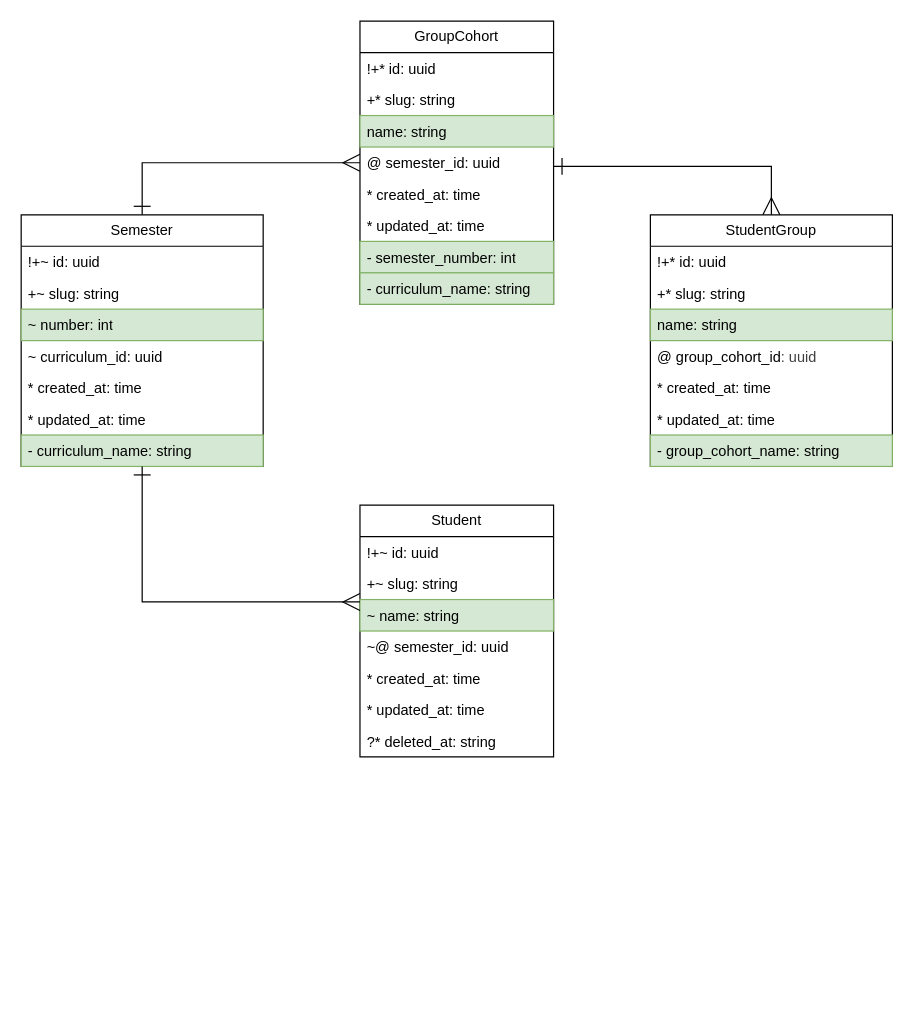
Before: page "Student Group" (7 of 8) of docs/entity_relationship.drawio in IrusHunter/duckademic, a draw.io diagram. Source tidied: cells renumbered, new cells numbered last; positions are measured from the earlier drawing's top-left corner, leaving out a move shared by most shapes. Both pictures are drawn from the tidied source at 121%, with x=0, y=0 at pixel (21, 21).
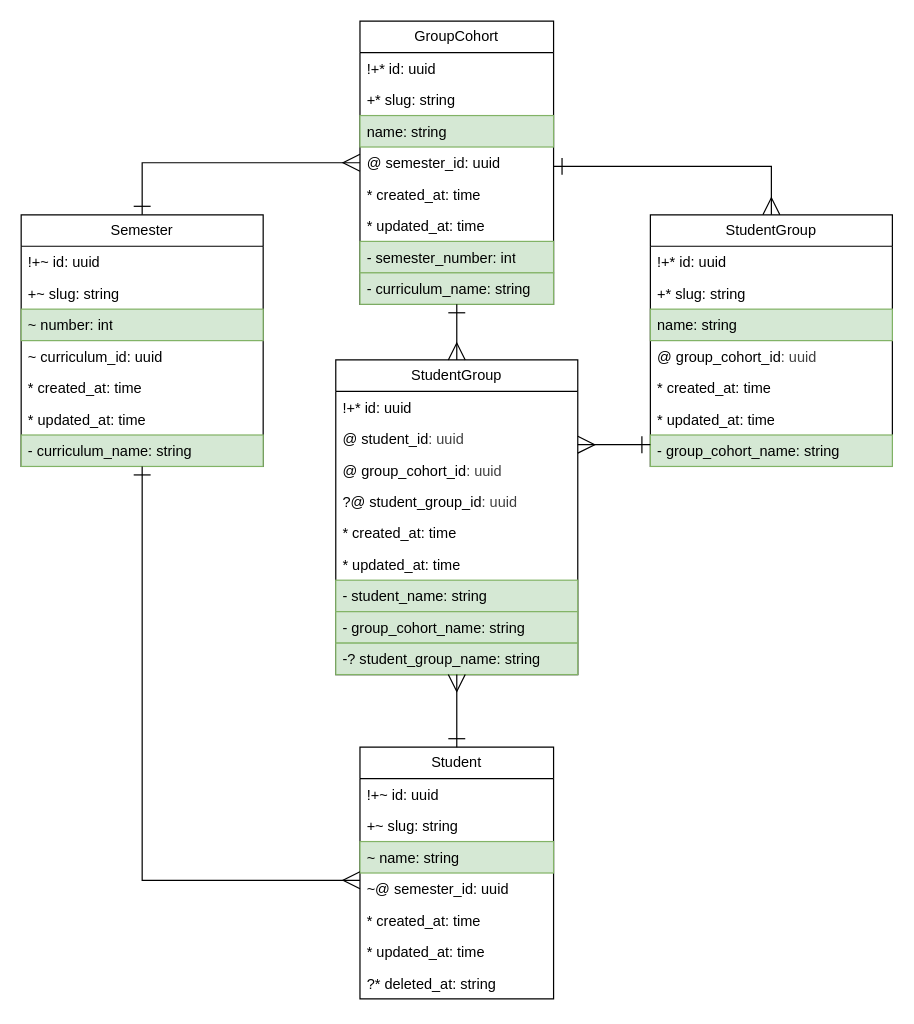
Above is the later version.

The change refers to these unchanged cells:
```xml
<mxCell id="10" value="Semester" style="swimlane;fontStyle=0;horizontal=1;startSize=26;fillColor=none;whiteSpace=wrap;html=1;" parent="1" vertex="1">
  <mxGeometry y="160" width="200" height="208" as="geometry" />
</mxCell>
<mxCell id="19" value="GroupCohort" style="swimlane;fontStyle=0;horizontal=1;startSize=26;fillColor=none;whiteSpace=wrap;html=1;" parent="1" vertex="1">
  <mxGeometry x="280" width="160" height="234" as="geometry" />
</mxCell>
<mxCell id="29" value="StudentGroup" style="swimlane;fontStyle=0;horizontal=1;startSize=26;fillColor=none;whiteSpace=wrap;html=1;" parent="1" vertex="1">
  <mxGeometry x="520" y="160" width="200" height="208" as="geometry" />
</mxCell>
```

Change to the diagram source:
```diff
@@
     <mxCell id="2" value="Student" style="swimlane;fontStyle=0;horizontal=1;startSize=26;fillColor=none;whiteSpace=wrap;html=1;" parent="1" vertex="1">
-      <mxGeometry x="280" y="400" width="160" height="208" as="geometry" />
+      <mxGeometry x="280" y="600" width="160" height="208" as="geometry" />
     </mxCell>
@@
     <mxCell id="18" style="edgeStyle=orthogonalEdgeStyle;html=1;startArrow=ERone;startFill=0;endArrow=ERmany;endFill=0;endSize=12;startSize=12;strokeWidth=1;rounded=0;curved=0;jumpStyle=line;" parent="1" edge="1" source="10" target="2">
       <mxGeometry relative="1" as="geometry">
         <Array as="points">
-          <mxPoint x="100" y="480" />
+          <mxPoint x="100" y="710" />
         </Array>
       </mxGeometry>
     </mxCell>
@@
+    <mxCell id="38" value="StudentGroup" style="swimlane;fontStyle=0;horizontal=1;startSize=26;fillColor=none;whiteSpace=wrap;html=1;" parent="1" vertex="1">
+      <mxGeometry x="260" y="280" width="200" height="260" as="geometry" />
+    </mxCell>
+    <mxCell id="39" value="!+* id: uuid" style="text;strokeColor=none;fillColor=none;align=left;verticalAlign=top;spacingLeft=4;spacingRight=4;overflow=hidden;whiteSpace=wrap;html=1;" parent="38" vertex="1">
+      <mxGeometry y="26" width="200" height="26" as="geometry" />
+    </mxCell>
+    <mxCell id="40" value="@ student_id&lt;span style=&quot;color: rgb(63, 63, 63); background-color: transparent;&quot;&gt;: uuid&lt;/span&gt;" style="text;align=left;verticalAlign=top;spacingLeft=4;spacingRight=4;overflow=hidden;whiteSpace=wrap;html=1;" parent="38" vertex="1">
+      <mxGeometry y="52" width="200" height="26" as="geometry" />
+    </mxCell>
+    <mxCell id="41" value="@ group_cohort_id&lt;span style=&quot;color: rgb(63, 63, 63); background-color: transparent;&quot;&gt;: uuid&lt;/span&gt;" style="text;align=left;verticalAlign=top;spacingLeft=4;spacingRight=4;overflow=hidden;whiteSpace=wrap;html=1;" parent="38" vertex="1">
+      <mxGeometry y="78" width="200" height="26" as="geometry" />
+    </mxCell>
+    <mxCell id="42" value="?@ student_group_id&lt;span style=&quot;color: rgb(63, 63, 63); background-color: transparent;&quot;&gt;: uuid&lt;/span&gt;" style="text;align=left;verticalAlign=top;spacingLeft=4;spacingRight=4;overflow=hidden;whiteSpace=wrap;html=1;" parent="38" vertex="1">
+      <mxGeometry y="104" width="200" height="26" as="geometry" />
+    </mxCell>
+    <mxCell id="43" value="* created_at: time" style="text;strokeColor=none;fillColor=none;align=left;verticalAlign=top;spacingLeft=4;spacingRight=4;overflow=hidden;whiteSpace=wrap;html=1;" parent="38" vertex="1">
+      <mxGeometry y="130" width="200" height="26" as="geometry" />
+    </mxCell>
+    <mxCell id="44" value="* updated_at: time" style="text;strokeColor=none;fillColor=none;align=left;verticalAlign=top;spacingLeft=4;spacingRight=4;overflow=hidden;whiteSpace=wrap;html=1;" parent="38" vertex="1">
+      <mxGeometry y="156" width="200" height="26" as="geometry" />
+    </mxCell>
+    <mxCell id="45" value="- student_name: string" style="text;strokeColor=#82b366;fillColor=#d5e8d4;align=left;verticalAlign=top;spacingLeft=4;spacingRight=4;overflow=hidden;whiteSpace=wrap;html=1;" parent="38" vertex="1">
+      <mxGeometry y="182" width="200" height="26" as="geometry" />
+    </mxCell>
+    <mxCell id="46" value="- group_cohort_name: string" style="text;strokeColor=#82b366;fillColor=#d5e8d4;align=left;verticalAlign=top;spacingLeft=4;spacingRight=4;overflow=hidden;whiteSpace=wrap;html=1;" parent="38" vertex="1">
+      <mxGeometry y="208" width="200" height="26" as="geometry" />
+    </mxCell>
+    <mxCell id="47" value="-? student_group_name: string" style="text;strokeColor=#82b366;fillColor=#d5e8d4;align=left;verticalAlign=top;spacingLeft=4;spacingRight=4;overflow=hidden;whiteSpace=wrap;html=1;" parent="38" vertex="1">
+      <mxGeometry y="234" width="200" height="26" as="geometry" />
+    </mxCell>
+    <mxCell id="48" style="edgeStyle=orthogonalEdgeStyle;html=1;startArrow=ERone;startFill=0;endArrow=ERmany;endFill=0;endSize=12;startSize=12;strokeWidth=1;rounded=0;curved=0;jumpStyle=line;" parent="1" edge="1" source="19" target="38">
+      <mxGeometry relative="1" as="geometry">
+        <Array as="points">
+          <mxPoint x="360" y="320" />
+        </Array>
+      </mxGeometry>
+    </mxCell>
+    <mxCell id="49" style="edgeStyle=orthogonalEdgeStyle;html=1;startArrow=ERone;startFill=0;endArrow=ERmany;endFill=0;endSize=12;startSize=12;strokeWidth=1;rounded=0;curved=0;jumpStyle=line;" parent="1" edge="1" source="29" target="38">
+      <mxGeometry relative="1" as="geometry">
+        <Array as="points">
+          <mxPoint x="470" y="350" />
+          <mxPoint x="470" y="350" />
+        </Array>
+      </mxGeometry>
+    </mxCell>
+    <mxCell id="50" style="edgeStyle=orthogonalEdgeStyle;html=1;startArrow=ERone;startFill=0;endArrow=ERmany;endFill=0;endSize=12;startSize=12;strokeWidth=1;rounded=0;curved=0;jumpStyle=line;" parent="1" edge="1" source="2" target="38">
+      <mxGeometry relative="1" as="geometry" />
+    </mxCell>
```
